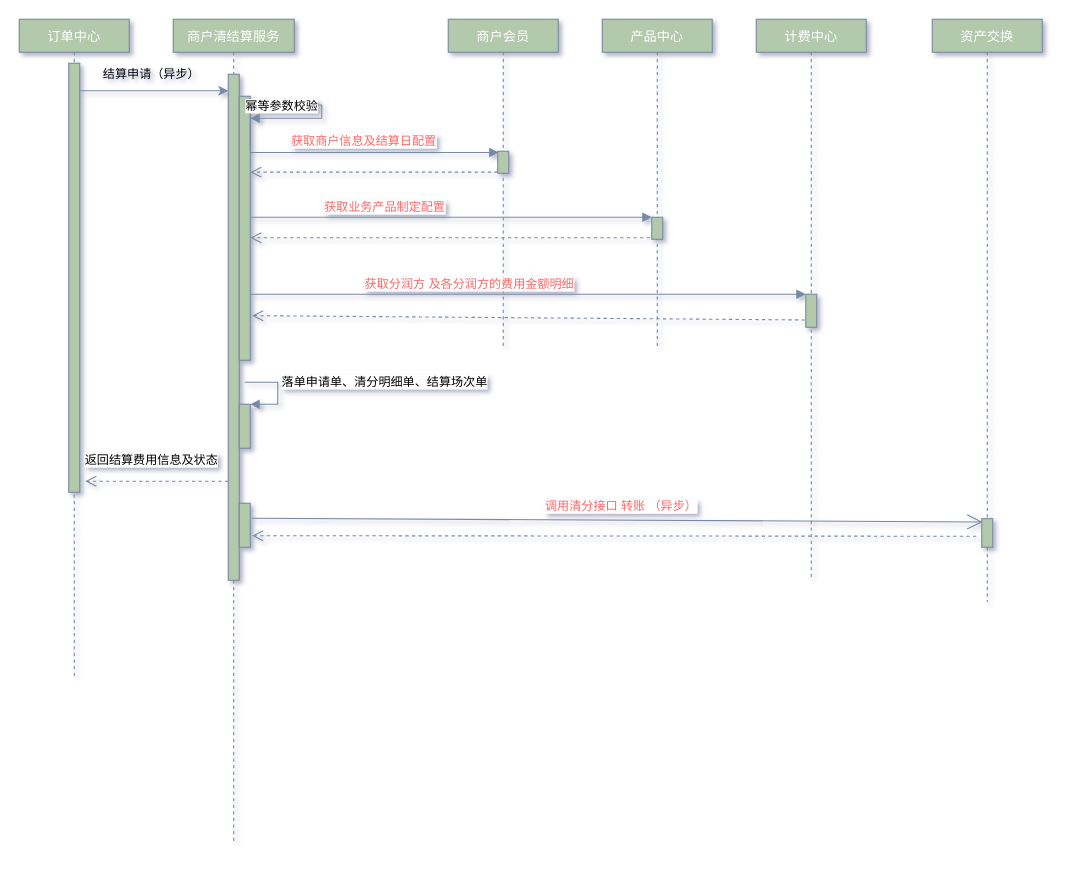
This is merchant-settle/Untitled Diagram.drawio from DominicElvira/Diagrams, a draw.io file, before an edit. Source tidied: cells renumbered, new cells numbered last; positions are measured from the earlier drawing's top-left corner, leaving out a move shared by most shapes. Both pictures are drawn from the tidied source at 110%, with x=0, y=0 at pixel (19, 19).
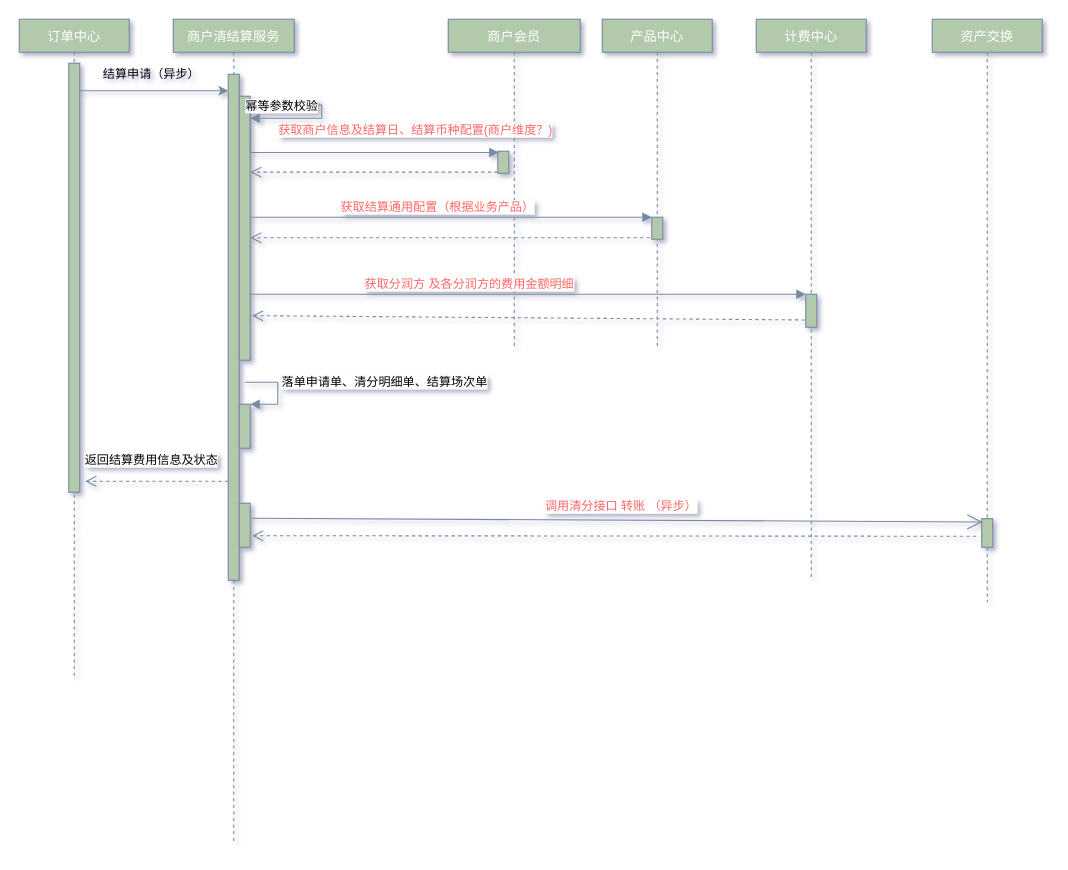
After the change.

Unchanged cells that the change refers to:
```xml
<mxCell id="6" style="html=1;points=[];perimeter=orthogonalPerimeter;fontSize=11;fontColor=#000000;strokeColor=#788AA3;fillColor=#B2C9AB;" parent="4" vertex="1">
  <mxGeometry x="60" y="70" width="10" height="240" as="geometry" />
</mxCell>
<mxCell id="17" style="html=1;points=[];perimeter=orthogonalPerimeter;fontSize=11;fontColor=#000000;strokeColor=#788AA3;fillColor=#B2C9AB;" parent="16" vertex="1">
  <mxGeometry x="45" y="120" width="10" height="20" as="geometry" />
</mxCell>
<mxCell id="23" style="html=1;points=[];perimeter=orthogonalPerimeter;fontSize=11;fontColor=#000000;strokeColor=#788AA3;fillColor=#B2C9AB;" parent="22" vertex="1">
  <mxGeometry x="45" y="180" width="10" height="20" as="geometry" />
</mxCell>
```

What changed in the source:
```diff
@@
     <mxCell id="16" value="商户会员" style="shape=umlLifeline;perimeter=lifelinePerimeter;shadow=0;strokeWidth=1;fillColor=#B2C9AB;strokeColor=#788AA3;fontColor=#FFFFFF;rounded=0;size=30;" parent="1" vertex="1">
-      <mxGeometry x="390" width="100" height="300" as="geometry" />
+      <mxGeometry x="390" width="120" height="300" as="geometry" />
     </mxCell>
@@
-    <mxCell id="20" value="&lt;font color=&quot;#ff6666&quot;&gt;获取商户信息及结算日配置&lt;/font&gt;" style="html=1;verticalAlign=bottom;endArrow=block;fontSize=11;fontColor=#000000;strokeColor=#788AA3;fillColor=#B2C9AB;curved=0;entryX=0.083;entryY=0.058;entryDx=0;entryDy=0;entryPerimeter=0;strokeWidth=1;jumpStyle=none;" parent="1" edge="1" source="6" target="17">
-      <mxGeometry x="-0.09" y="1" relative="1" as="geometry" />
+    <mxCell id="20" value="&lt;font color=&quot;#ff6666&quot;&gt;获取商户信息及结算日、结算币种配置(商户维度？)&lt;/font&gt;" style="html=1;verticalAlign=bottom;endArrow=block;fontSize=11;fontColor=#000000;strokeColor=#788AA3;fillColor=#B2C9AB;curved=0;entryX=0.083;entryY=0.058;entryDx=0;entryDy=0;entryPerimeter=0;strokeWidth=1;jumpStyle=none;" parent="1" edge="1" source="6" target="17">
+      <mxGeometry x="0.33" y="11" relative="1" as="geometry" />
     </mxCell>
@@
-    <mxCell id="24" value="&lt;font color=&quot;#ff6666&quot;&gt;获取业务产品制定配置&lt;/font&gt;" style="html=1;verticalAlign=bottom;endArrow=block;entryX=0;entryY=0;fontSize=11;fontColor=#000000;strokeColor=#788AA3;fillColor=#B2C9AB;curved=0;jumpStyle=none;" parent="1" edge="1" source="6" target="23">
-      <mxGeometry x="-0.33" relative="1" as="geometry" />
+    <mxCell id="24" value="&lt;font color=&quot;#ff6666&quot;&gt;获取结算通用配置（根据&lt;/font&gt;&lt;span style=&quot;color: rgb(255 , 102 , 102)&quot;&gt;业务产品&lt;/span&gt;&lt;font color=&quot;#ff6666&quot;&gt;）&lt;/font&gt;" style="html=1;verticalAlign=bottom;endArrow=block;entryX=0;entryY=0;fontSize=11;fontColor=#000000;strokeColor=#788AA3;fillColor=#B2C9AB;curved=0;jumpStyle=none;" parent="1" edge="1">
+      <mxGeometry x="-0.07" relative="1" as="geometry">
+        <mxPoint x="210" y="180" as="sourcePoint" />
+        <mxPoint x="575" y="180" as="targetPoint" />
+      </mxGeometry>
     </mxCell>
```
